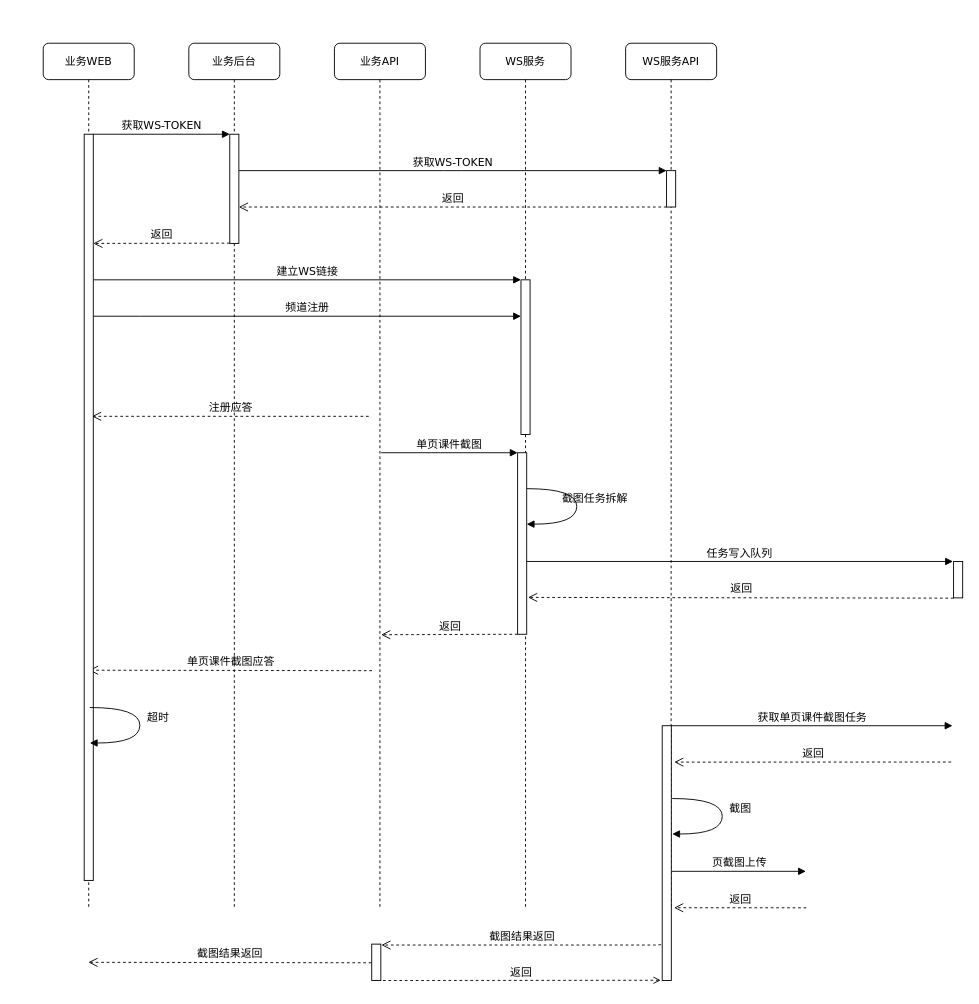
Earlier version of the draw.io diagram WS服务流程.drawio (huanjiesm/courseware-draw). Source tidied: cells renumbered, new cells numbered last; positions are measured from the earlier drawing's top-left corner, leaving out a move shared by most shapes. Both pictures are drawn from the tidied source at 91%, with x=0, y=0 at pixel (43, 43).
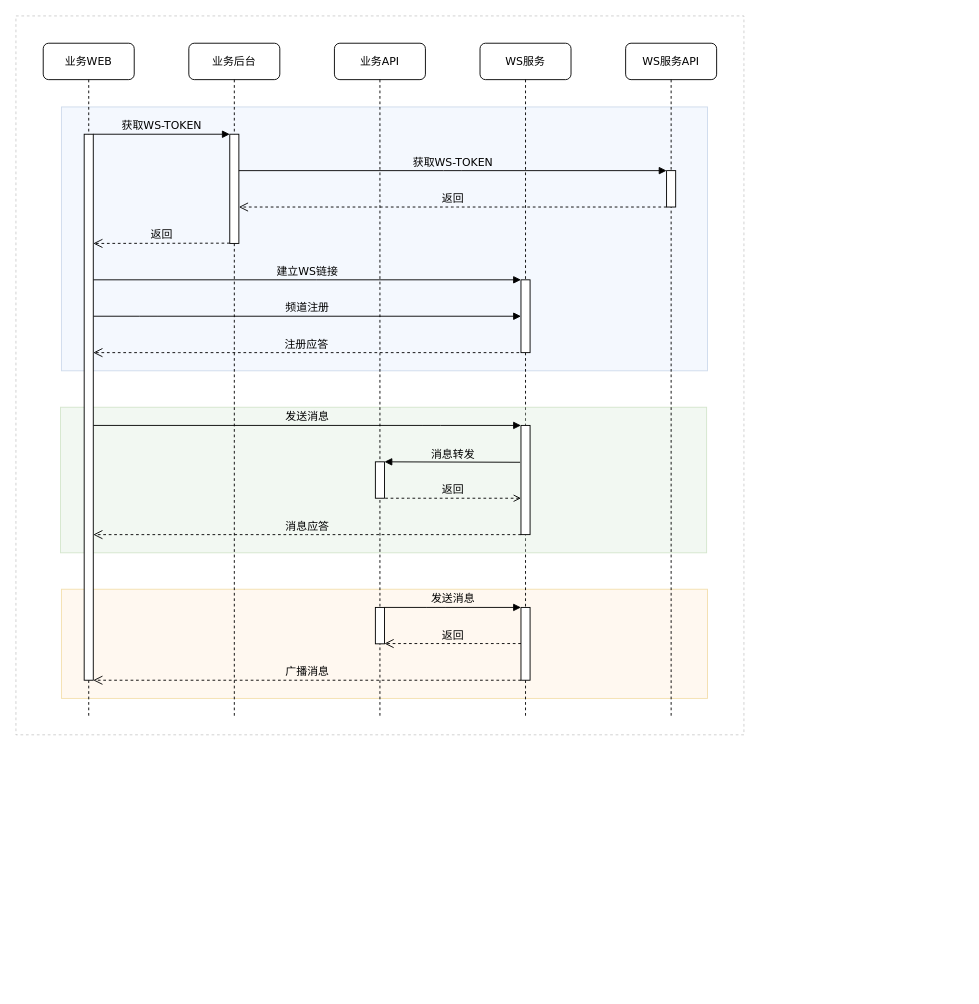
The same diagram, later.

Commit message:
更新WS服务流程.drawio

Diff of the diagram source:
```diff
@@
+    <mxCell id="37" style="rounded=0;whiteSpace=wrap;html=1;opacity=20;dashed=1;" parent="1" vertex="1">
+      <mxGeometry x="-30" y="-30" width="800" height="790" as="geometry" />
+    </mxCell>
+    <mxCell id="38" style="rounded=0;whiteSpace=wrap;html=1;fillColor=#dae8fc;strokeColor=#6c8ebf;opacity=30;" parent="1" vertex="1">
+      <mxGeometry x="20" y="70" width="710" height="290" as="geometry" />
+    </mxCell>
+    <mxCell id="39" style="rounded=0;whiteSpace=wrap;html=1;fillColor=#ffe6cc;strokeColor=#d79b00;opacity=30;" parent="1" vertex="1">
+      <mxGeometry x="20" y="600" width="710" height="120" as="geometry" />
+    </mxCell>
+    <mxCell id="9" value="WS服务" style="shape=umlLifeline;perimeter=lifelinePerimeter;whiteSpace=wrap;html=1;rounded=1;shadow=0;comic=0;labelBackgroundColor=none;strokeWidth=1;fontFamily=Verdana;fontSize=12;align=center;" parent="1" vertex="1">
+      <mxGeometry x="480" width="100" height="740" as="geometry" />
+    </mxCell>
+    <mxCell id="19" style="html=1;perimeter=orthogonalPerimeter;rounded=0;shadow=0;comic=0;labelBackgroundColor=none;strokeWidth=1;fontFamily=Verdana;fontSize=12;align=center;" parent="9" vertex="1">
+      <mxGeometry x="45" y="260" width="10" height="80" as="geometry" />
+    </mxCell>
+    <mxCell id="30" value="发送消息" style="html=1;verticalAlign=bottom;endArrow=block;labelBackgroundColor=none;fontFamily=Verdana;fontSize=12;edgeStyle=elbowEdgeStyle;elbow=vertical;entryX=-0.209;entryY=0;entryDx=0;entryDy=0;entryPerimeter=0;" parent="9" edge="1">
+      <mxGeometry relative="1" as="geometry">
+        <mxPoint x="-105" y="620" as="sourcePoint" />
+        <mxPoint x="45" y="620" as="targetPoint" />
+        <Array as="points">
+          <mxPoint x="-48.4" y="620" />
+          <mxPoint x="-38.4" y="680" />
+          <mxPoint x="1.6" y="690" />
+          <mxPoint x="-18.4" y="650" />
+          <mxPoint x="-98.4" y="540" />
+        </Array>
+      </mxGeometry>
+    </mxCell>
+    <mxCell id="40" style="html=1;perimeter=orthogonalPerimeter;rounded=0;shadow=0;comic=0;labelBackgroundColor=none;strokeWidth=1;fontFamily=Verdana;fontSize=12;align=center;" parent="9" vertex="1">
+      <mxGeometry x="45" y="620" width="10" height="80" as="geometry" />
+    </mxCell>
+    <mxCell id="41" style="rounded=0;whiteSpace=wrap;html=1;fillColor=#d5e8d4;strokeColor=#82b366;opacity=30;" parent="1" vertex="1">
+      <mxGeometry x="19" y="400" width="710" height="160" as="geometry" />
+    </mxCell>
     <mxCell id="2" value="业务后台" style="shape=umlLifeline;perimeter=lifelinePerimeter;whiteSpace=wrap;html=1;rounded=1;shadow=0;comic=0;labelBackgroundColor=none;strokeWidth=1;fontFamily=Verdana;fontSize=12;align=center;" parent="1" vertex="1">
-      <mxGeometry x="160" width="100" height="950" as="geometry" />
+      <mxGeometry x="160" width="100" height="740" as="geometry" />
     </mxCell>
@@
     <mxCell id="6" value="业务API" style="shape=umlLifeline;perimeter=lifelinePerimeter;whiteSpace=wrap;html=1;rounded=1;shadow=0;comic=0;labelBackgroundColor=none;strokeWidth=1;fontFamily=Verdana;fontSize=12;align=center;" parent="1" vertex="1">
-      <mxGeometry x="320" width="100" height="950" as="geometry" />
+      <mxGeometry x="320" width="100" height="740" as="geometry" />
     </mxCell>
-    <mxCell id="7" style="html=1;points=[];perimeter=orthogonalPerimeter;rounded=0;shadow=0;comic=0;labelBackgroundColor=none;strokeWidth=1;fontFamily=Verdana;fontSize=12;align=center;" parent="6" vertex="1">
-      <mxGeometry x="41" y="990" width="10" height="40" as="geometry" />
-    </mxCell>
@@
-    <mxCell id="9" value="WS服务" style="shape=umlLifeline;perimeter=lifelinePerimeter;whiteSpace=wrap;html=1;rounded=1;shadow=0;comic=0;labelBackgroundColor=none;strokeWidth=1;fontFamily=Verdana;fontSize=12;align=center;" parent="1" vertex="1">
-      <mxGeometry x="480" width="100" height="950" as="geometry" />
-    </mxCell>
-    <mxCell id="10" value="单页课件截图应答" style="html=1;verticalAlign=bottom;endArrow=open;dashed=1;endSize=8;labelBackgroundColor=none;fontFamily=Verdana;fontSize=12;edgeStyle=elbowEdgeStyle;elbow=vertical;entryX=0.974;entryY=0.851;entryDx=0;entryDy=0;entryPerimeter=0;" parent="9" edge="1">
-      <mxGeometry relative="1" as="geometry">
-        <mxPoint x="-118.7" y="689.5" as="sourcePoint" />
-        <mxPoint x="-429.8" y="689" as="targetPoint" />
-      </mxGeometry>
-    </mxCell>
-    <mxCell id="11" value="截图任务拆解" style="html=1;verticalAlign=bottom;endArrow=block;labelBackgroundColor=none;fontFamily=Verdana;fontSize=12;elbow=vertical;edgeStyle=orthogonalEdgeStyle;curved=1;exitX=1.038;exitY=0.345;exitPerimeter=0;entryX=1.027;entryY=0.831;entryDx=0;entryDy=0;entryPerimeter=0;" parent="9" edge="1">
-      <mxGeometry x="0.01" y="20" relative="1" as="geometry">
-        <mxPoint x="51.3" y="489.5" as="sourcePoint" />
-        <mxPoint x="51.3" y="528.5" as="targetPoint" />
-        <Array as="points">
-          <mxPoint x="106.3" y="489.5" />
-          <mxPoint x="106.3" y="528.5" />
-        </Array>
-      </mxGeometry>
-    </mxCell>
+    <mxCell id="42" style="html=1;perimeter=orthogonalPerimeter;rounded=0;shadow=0;comic=0;labelBackgroundColor=none;strokeWidth=1;fontFamily=Verdana;fontSize=12;align=center;" parent="6" vertex="1">
+      <mxGeometry x="45" y="620" width="10" height="40" as="geometry" />
+    </mxCell>
-    <mxCell id="12" style="html=1;points=[];perimeter=orthogonalPerimeter;rounded=0;shadow=0;comic=0;labelBackgroundColor=none;strokeWidth=1;fontFamily=Verdana;fontSize=12;align=center;" parent="9" vertex="1">
-      <mxGeometry x="41.3" y="450" width="10" height="199.5" as="geometry" />
+    <mxCell id="12" style="html=1;points=[];perimeter=orthogonalPerimeter;rounded=0;shadow=0;comic=0;labelBackgroundColor=none;strokeWidth=1;fontFamily=Verdana;fontSize=12;align=center;" parent="6" vertex="1">
+      <mxGeometry x="205" y="420" width="10" height="120" as="geometry" />
     </mxCell>
+    <mxCell id="14" value="消息转发" style="html=1;verticalAlign=bottom;endArrow=none;labelBackgroundColor=none;fontFamily=Verdana;fontSize=12;edgeStyle=elbowEdgeStyle;elbow=vertical;startArrow=block;startFill=1;endFill=0;" parent="6" edge="1">
+      <mxGeometry relative="1" as="geometry">
+        <mxPoint x="55" y="460" as="sourcePoint" />
+        <mxPoint x="204" y="460" as="targetPoint" />
+        <Array as="points">
+          <mxPoint x="110.3" y="460.5" />
+          <mxPoint x="120.3" y="520.5" />
+          <mxPoint x="160.3" y="530.5" />
+          <mxPoint x="140.3" y="490.5" />
+          <mxPoint x="60.3" y="380.5" />
+        </Array>
+      </mxGeometry>
+    </mxCell>
+    <mxCell id="17" value="消息应答" style="html=1;verticalAlign=bottom;endArrow=open;dashed=1;endSize=8;labelBackgroundColor=none;fontFamily=Verdana;fontSize=12;edgeStyle=elbowEdgeStyle;elbow=vertical;" parent="6" edge="1">
+      <mxGeometry relative="1" as="geometry">
+        <mxPoint x="205" y="540" as="sourcePoint" />
+        <mxPoint x="-265" y="540" as="targetPoint" />
+      </mxGeometry>
+    </mxCell>
-    <mxCell id="13" value="单页课件截图" style="html=1;verticalAlign=bottom;endArrow=block;labelBackgroundColor=none;fontFamily=Verdana;fontSize=12;edgeStyle=elbowEdgeStyle;elbow=vertical;" parent="9" edge="1" target="12">
+    <mxCell id="13" value="发送消息" style="html=1;verticalAlign=bottom;endArrow=block;labelBackgroundColor=none;fontFamily=Verdana;fontSize=12;edgeStyle=elbowEdgeStyle;elbow=vertical;" parent="6" edge="1">
       <mxGeometry relative="1" as="geometry">
-        <mxPoint x="-108.7" y="450" as="sourcePoint" />
+        <mxPoint x="-265" y="420" as="sourcePoint" />
+        <mxPoint x="205" y="420" as="targetPoint" />
         <Array as="points">
-          <mxPoint x="-53.7" y="450" />
-          <mxPoint x="-43.7" y="510" />
-          <mxPoint x="-3.7" y="520" />
-          <mxPoint x="-23.7" y="480" />
-          <mxPoint x="-103.7" y="370" />
+          <mxPoint x="106.3" y="420" />
+          <mxPoint x="116.3" y="480" />
+          <mxPoint x="156.3" y="490" />
+          <mxPoint x="136.3" y="450" />
+          <mxPoint x="56.3" y="340" />
         </Array>
       </mxGeometry>
     </mxCell>
-    <mxCell id="14" value="任务写入队列" style="html=1;verticalAlign=bottom;endArrow=block;labelBackgroundColor=none;fontFamily=Verdana;fontSize=12;edgeStyle=elbowEdgeStyle;elbow=vertical;entryX=-0.07;entryY=-0.003;entryDx=0;entryDy=0;entryPerimeter=0;" parent="9" edge="1" target="15">
-      <mxGeometry relative="1" as="geometry">
-        <mxPoint x="51.3" y="569.5" as="sourcePoint" />
-        <Array as="points">
-          <mxPoint x="106.3" y="569.5" />
-          <mxPoint x="116.3" y="629.5" />
-          <mxPoint x="156.3" y="639.5" />
-          <mxPoint x="136.3" y="599.5" />
-          <mxPoint x="56.3" y="489.5" />
-        </Array>
-      </mxGeometry>
-    </mxCell>
-    <mxCell id="15" style="html=1;points=[];perimeter=orthogonalPerimeter;rounded=0;shadow=0;comic=0;labelBackgroundColor=none;strokeWidth=1;fontFamily=Verdana;fontSize=12;align=center;" parent="9" vertex="1">
-      <mxGeometry x="520.4" y="569.5" width="10" height="40" as="geometry" />
-    </mxCell>
-    <mxCell id="16" value="返回" style="html=1;verticalAlign=bottom;endArrow=open;dashed=1;endSize=8;labelBackgroundColor=none;fontFamily=Verdana;fontSize=12;edgeStyle=elbowEdgeStyle;elbow=vertical;entryX=1.146;entryY=0.797;entryDx=0;entryDy=0;entryPerimeter=0;" parent="9" edge="1" target="12">
+    <mxCell id="16" value="返回" style="html=1;verticalAlign=bottom;endArrow=none;dashed=1;endSize=8;labelBackgroundColor=none;fontFamily=Verdana;fontSize=12;edgeStyle=elbowEdgeStyle;elbow=vertical;startArrow=open;startFill=0;endFill=0;" parent="6" edge="1">
       <mxGeometry relative="1" as="geometry">
-        <mxPoint x="520.4" y="609.8" as="sourcePoint" />
+        <mxPoint x="205" y="500" as="sourcePoint" />
+        <mxPoint x="55" y="500" as="targetPoint" />
+        <Array as="points">
+          <mxPoint x="84" y="500" />
+        </Array>
       </mxGeometry>
     </mxCell>
-    <mxCell id="17" value="返回" style="html=1;verticalAlign=bottom;endArrow=open;dashed=1;endSize=8;labelBackgroundColor=none;fontFamily=Verdana;fontSize=12;edgeStyle=elbowEdgeStyle;elbow=vertical;" parent="9" edge="1">
-      <mxGeometry relative="1" as="geometry">
-        <mxPoint x="41.3" y="649.5" as="sourcePoint" />
-        <mxPoint x="-108.7" y="649.5" as="targetPoint" />
-      </mxGeometry>
-    </mxCell>
-    <mxCell id="18" value="返回" style="html=1;verticalAlign=bottom;endArrow=none;dashed=1;endSize=8;labelBackgroundColor=none;fontFamily=Verdana;fontSize=12;edgeStyle=elbowEdgeStyle;elbow=vertical;startArrow=open;startFill=0;endFill=0;exitX=-0.159;exitY=0.999;exitDx=0;exitDy=0;exitPerimeter=0;" parent="9" edge="1" source="23">
-      <mxGeometry relative="1" as="geometry">
-        <mxPoint x="-108.7" y="1030" as="targetPoint" />
-      </mxGeometry>
-    </mxCell>
-    <mxCell id="19" style="html=1;perimeter=orthogonalPerimeter;rounded=0;shadow=0;comic=0;labelBackgroundColor=none;strokeWidth=1;fontFamily=Verdana;fontSize=12;align=center;" parent="9" vertex="1">
-      <mxGeometry x="45" y="260" width="10" height="170" as="geometry" />
-    </mxCell>
+    <mxCell id="43" style="html=1;perimeter=orthogonalPerimeter;rounded=0;shadow=0;comic=0;labelBackgroundColor=none;strokeWidth=1;fontFamily=Verdana;fontSize=12;align=center;" parent="6" vertex="1">
+      <mxGeometry x="45" y="460" width="10" height="40" as="geometry" />
+    </mxCell>
     <mxCell id="20" value="业务WEB" style="shape=umlLifeline;perimeter=lifelinePerimeter;whiteSpace=wrap;html=1;rounded=1;shadow=0;comic=0;labelBackgroundColor=none;strokeWidth=1;fontFamily=Verdana;fontSize=12;align=center;" parent="1" vertex="1">
-      <mxGeometry width="100" height="950" as="geometry" />
+      <mxGeometry width="100" height="740" as="geometry" />
     </mxCell>
     <mxCell id="21" style="html=1;points=[];perimeter=orthogonalPerimeter;rounded=0;shadow=0;comic=0;labelBackgroundColor=none;strokeWidth=1;fontFamily=Verdana;fontSize=12;align=center;" parent="20" vertex="1">
-      <mxGeometry x="45" y="100" width="10" height="820" as="geometry" />
+      <mxGeometry x="45" y="100" width="10" height="600" as="geometry" />
     </mxCell>
     <mxCell id="22" value="WS服务API" style="shape=umlLifeline;perimeter=lifelinePerimeter;whiteSpace=wrap;html=1;rounded=1;shadow=0;comic=0;labelBackgroundColor=none;strokeWidth=1;fontFamily=Verdana;fontSize=12;align=center;" parent="1" vertex="1">
-      <mxGeometry x="640" width="100" height="950" as="geometry" />
+      <mxGeometry x="640" width="100" height="740" as="geometry" />
     </mxCell>
-    <mxCell id="23" style="html=1;points=[];perimeter=orthogonalPerimeter;rounded=0;shadow=0;comic=0;labelBackgroundColor=none;strokeWidth=1;fontFamily=Verdana;fontSize=12;align=center;" parent="22" vertex="1">
-      <mxGeometry x="40.2" y="750" width="10" height="280" as="geometry" />
-    </mxCell>
@@
     <mxCell id="26" value="注册应答" style="html=1;verticalAlign=bottom;endArrow=open;dashed=1;endSize=8;labelBackgroundColor=none;fontFamily=Verdana;fontSize=12;edgeStyle=elbowEdgeStyle;elbow=vertical;entryX=1.339;entryY=0.244;entryDx=0;entryDy=0;entryPerimeter=0;" parent="1" edge="1">
       <mxGeometry relative="1" as="geometry">
-        <mxPoint x="357.7" y="410" as="sourcePoint" />
-        <mxPoint x="53.6" y="410.1" as="targetPoint" />
+        <mxPoint x="523" y="340" as="sourcePoint" />
+        <mxPoint x="55" y="340" as="targetPoint" />
         <Array as="points">
-          <mxPoint x="138.2" y="410" />
-          <mxPoint x="118.2" y="410" />
+          <mxPoint x="139.5" y="340" />
+          <mxPoint x="119.5" y="340" />
         </Array>
       </mxGeometry>
     </mxCell>
-    <mxCell id="27" value="获取单页课件截图任务" style="html=1;verticalAlign=bottom;endArrow=block;labelBackgroundColor=none;fontFamily=Verdana;fontSize=12;edgeStyle=elbowEdgeStyle;elbow=vertical;entryX=-0.1;entryY=0.004;entryDx=0;entryDy=0;entryPerimeter=0;" parent="1" edge="1">
-      <mxGeometry relative="1" as="geometry">
-        <mxPoint x="690.2" y="750" as="sourcePoint" />
-        <mxPoint x="999.2" y="750.2" as="targetPoint" />
-        <Array as="points">
-          <mxPoint x="745.2" y="750" />
-          <mxPoint x="755.2" y="810" />
-          <mxPoint x="795.2" y="820" />
-          <mxPoint x="775.2" y="780" />
-          <mxPoint x="695.2" y="670" />
-        </Array>
-      </mxGeometry>
-    </mxCell>
-    <mxCell id="28" value="返回" style="html=1;verticalAlign=bottom;endArrow=open;dashed=1;endSize=8;labelBackgroundColor=none;fontFamily=Verdana;fontSize=12;edgeStyle=elbowEdgeStyle;elbow=vertical;exitX=-0.245;exitY=0.997;exitDx=0;exitDy=0;exitPerimeter=0;entryX=1.328;entryY=0.144;entryDx=0;entryDy=0;entryPerimeter=0;" parent="1" edge="1" target="23">
-      <mxGeometry relative="1" as="geometry">
-        <mxPoint x="997.7" y="789.9" as="sourcePoint" />
-      </mxGeometry>
-    </mxCell>
-    <mxCell id="29" value="截图" style="html=1;verticalAlign=bottom;endArrow=block;labelBackgroundColor=none;fontFamily=Verdana;fontSize=12;elbow=vertical;edgeStyle=orthogonalEdgeStyle;curved=1;exitX=1.038;exitY=0.345;exitPerimeter=0;entryX=1.027;entryY=0.831;entryDx=0;entryDy=0;entryPerimeter=0;" parent="1" edge="1">
-      <mxGeometry x="0.01" y="20" relative="1" as="geometry">
-        <mxPoint x="691.2" y="830" as="sourcePoint" />
-        <mxPoint x="691.2" y="869" as="targetPoint" />
-        <Array as="points">
-          <mxPoint x="746.2" y="830" />
-          <mxPoint x="746.2" y="869" />
-        </Array>
-      </mxGeometry>
-    </mxCell>
-    <mxCell id="30" value="页截图上传" style="html=1;verticalAlign=bottom;endArrow=block;labelBackgroundColor=none;fontFamily=Verdana;fontSize=12;edgeStyle=elbowEdgeStyle;elbow=vertical;entryX=-0.209;entryY=0;entryDx=0;entryDy=0;entryPerimeter=0;" parent="1" edge="1">
-      <mxGeometry relative="1" as="geometry">
-        <mxPoint x="690.7" y="910" as="sourcePoint" />
-        <mxPoint x="838.1" y="910" as="targetPoint" />
-        <Array as="points">
-          <mxPoint x="745.7" y="910" />
-          <mxPoint x="755.7" y="970" />
-          <mxPoint x="795.7" y="980" />
-          <mxPoint x="775.7" y="940" />
-          <mxPoint x="695.7" y="830" />
-        </Array>
-      </mxGeometry>
-    </mxCell>
-    <mxCell id="31" value="返回" style="html=1;verticalAlign=bottom;endArrow=open;dashed=1;endSize=8;labelBackgroundColor=none;fontFamily=Verdana;fontSize=12;edgeStyle=elbowEdgeStyle;elbow=vertical;exitX=-0.17;exitY=1.002;exitDx=0;exitDy=0;exitPerimeter=0;entryX=1.303;entryY=0.715;entryDx=0;entryDy=0;entryPerimeter=0;" parent="1" edge="1" target="23">
-      <mxGeometry relative="1" as="geometry">
-        <mxPoint x="838.5" y="950.1" as="sourcePoint" />
-      </mxGeometry>
-    </mxCell>
-    <mxCell id="32" value="截图结果返回" style="html=1;verticalAlign=bottom;endArrow=open;dashed=1;endSize=8;labelBackgroundColor=none;fontFamily=Verdana;fontSize=12;edgeStyle=elbowEdgeStyle;elbow=vertical;entryX=1.063;entryY=0.029;entryDx=0;entryDy=0;entryPerimeter=0;exitX=-0.173;exitY=0.857;exitDx=0;exitDy=0;exitPerimeter=0;" parent="1" edge="1" source="23" target="7">
-      <mxGeometry relative="1" as="geometry" />
-    </mxCell>
-    <mxCell id="33" value="截图结果返回" style="html=1;verticalAlign=bottom;endArrow=open;dashed=1;endSize=8;labelBackgroundColor=none;fontFamily=Verdana;fontSize=12;edgeStyle=elbowEdgeStyle;elbow=vertical;entryX=0.974;entryY=0.851;entryDx=0;entryDy=0;entryPerimeter=0;" parent="1" edge="1">
-      <mxGeometry relative="1" as="geometry">
-        <mxPoint x="360.7" y="1010.5" as="sourcePoint" />
-        <mxPoint x="49.6" y="1010" as="targetPoint" />
-      </mxGeometry>
-    </mxCell>
-    <mxCell id="34" value="超时" style="html=1;verticalAlign=bottom;endArrow=block;labelBackgroundColor=none;fontFamily=Verdana;fontSize=12;elbow=vertical;edgeStyle=orthogonalEdgeStyle;curved=1;exitX=1.038;exitY=0.345;exitPerimeter=0;entryX=1.027;entryY=0.831;entryDx=0;entryDy=0;entryPerimeter=0;" parent="1" edge="1">
-      <mxGeometry x="0.01" y="20" relative="1" as="geometry">
-        <mxPoint x="51.2" y="730" as="sourcePoint" />
-        <mxPoint x="51.2" y="769" as="targetPoint" />
-        <Array as="points">
-          <mxPoint x="106.2" y="730" />
-          <mxPoint x="106.2" y="769" />
-        </Array>
-      </mxGeometry>
-    </mxCell>
@@
+    <mxCell id="31" value="返回" style="html=1;verticalAlign=bottom;endArrow=open;dashed=1;endSize=8;labelBackgroundColor=none;fontFamily=Verdana;fontSize=12;edgeStyle=elbowEdgeStyle;elbow=vertical;exitX=-0.17;exitY=1.002;exitDx=0;exitDy=0;exitPerimeter=0;" parent="1" edge="1">
+      <mxGeometry relative="1" as="geometry">
+        <mxPoint x="525" y="659.7" as="sourcePoint" />
+        <mxPoint x="375" y="659.7" as="targetPoint" />
+        <Array as="points">
+          <mxPoint x="496.5" y="659.7" />
+          <mxPoint x="466.5" y="659.7" />
+        </Array>
+      </mxGeometry>
+    </mxCell>
+    <mxCell id="28" value="广播消息" style="html=1;verticalAlign=bottom;endArrow=open;dashed=1;endSize=8;labelBackgroundColor=none;fontFamily=Verdana;fontSize=12;edgeStyle=elbowEdgeStyle;elbow=vertical;exitX=-0.245;exitY=0.997;exitDx=0;exitDy=0;exitPerimeter=0;" parent="1" edge="1">
+      <mxGeometry relative="1" as="geometry">
+        <mxPoint x="525" y="700" as="sourcePoint" />
+        <mxPoint x="55" y="700" as="targetPoint" />
+      </mxGeometry>
+    </mxCell>
```
